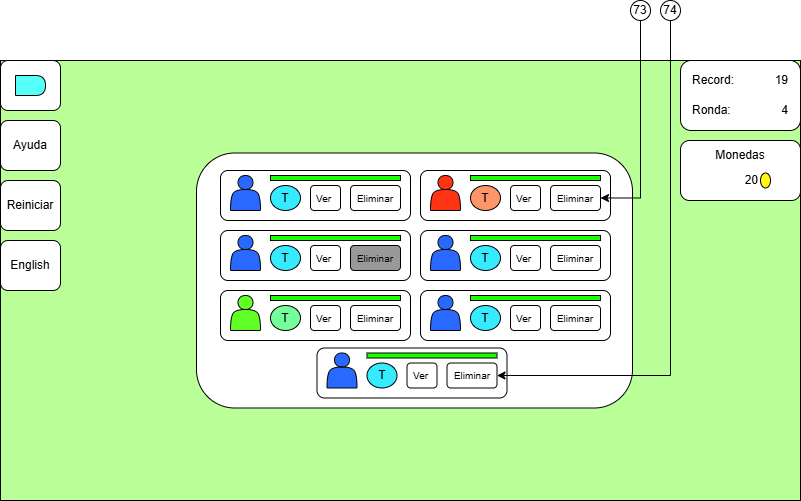
This is UI_design/WinBackpackCreature.png from JoseMR6/react-reactmon, a draw.io export, as it was before one commit. Source tidied: cells renumbered, new cells last; positions are measured from the earlier drawing's top-left corner, leaving out a move shared by most shapes.
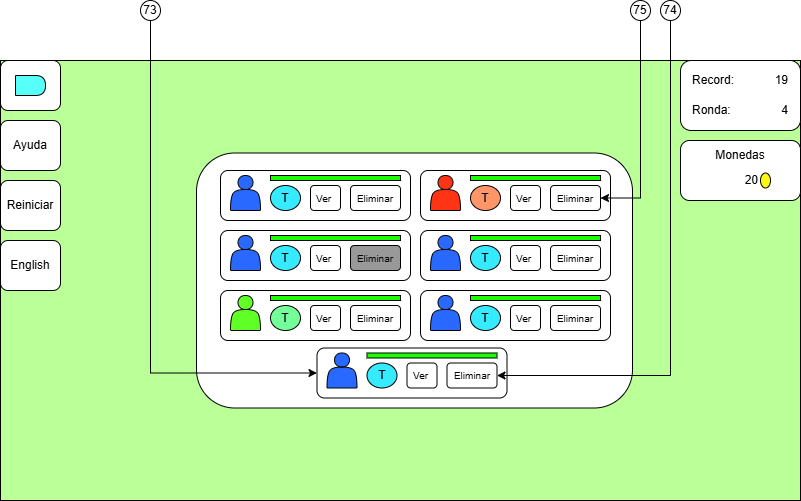
The same file after the commit.

What changed in the source:
```diff
@@ -225,7 +225,7 @@
         </Array>
       </mxGeometry>
     </mxCell>
-    <mxCell id="75" value="73" style="ellipse;whiteSpace=wrap;html=1;" parent="1" vertex="1">
+    <mxCell id="75" value="75" style="ellipse;whiteSpace=wrap;html=1;" parent="1" vertex="1">
       <mxGeometry x="630" width="20" height="20" as="geometry" />
     </mxCell>
     <mxCell id="76" style="edgeStyle=orthogonalEdgeStyle;rounded=0;jettySize=auto;html=1;entryX=1;entryY=0.5;entryDx=0;entryDy=0;" parent="1" edge="1" source="77" target="61">
@@ -238,5 +238,15 @@
     <mxCell id="77" value="74" style="ellipse;whiteSpace=wrap;html=1;" parent="1" vertex="1">
       <mxGeometry x="660" width="20" height="20" as="geometry" />
     </mxCell>
+    <mxCell id="78" style="edgeStyle=orthogonalEdgeStyle;rounded=0;jettySize=auto;html=1;entryX=0;entryY=0.5;entryDx=0;entryDy=0;" parent="1" edge="1" source="79" target="56">
+      <mxGeometry relative="1" as="geometry">
+        <Array as="points">
+          <mxPoint x="150" y="373" />
+        </Array>
+      </mxGeometry>
+    </mxCell>
+    <mxCell id="79" value="73" style="ellipse;whiteSpace=wrap;html=1;" parent="1" vertex="1">
+      <mxGeometry x="140" width="20" height="20" as="geometry" />
+    </mxCell>
   </root>
 </mxGraphModel>
```
